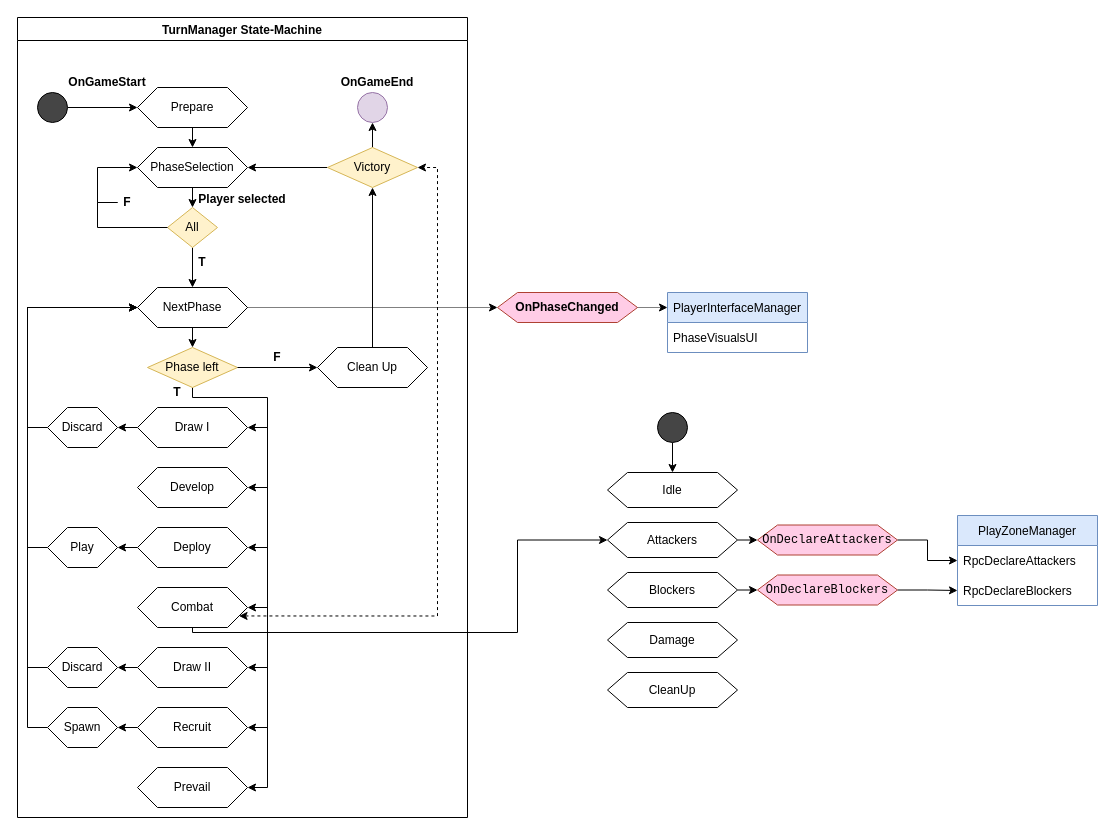
Before: page "TurnManager SM" (2 of 5) of ProgramSchema.drawio in MattW0/Sors, a draw.io diagram. Source tidied: cells renumbered, new cells numbered last; positions are measured from the earlier drawing's top-left corner, leaving out a move shared by most shapes. Both pictures are drawn from the tidied source at 100%, with x=0, y=0 at pixel (17, 17).
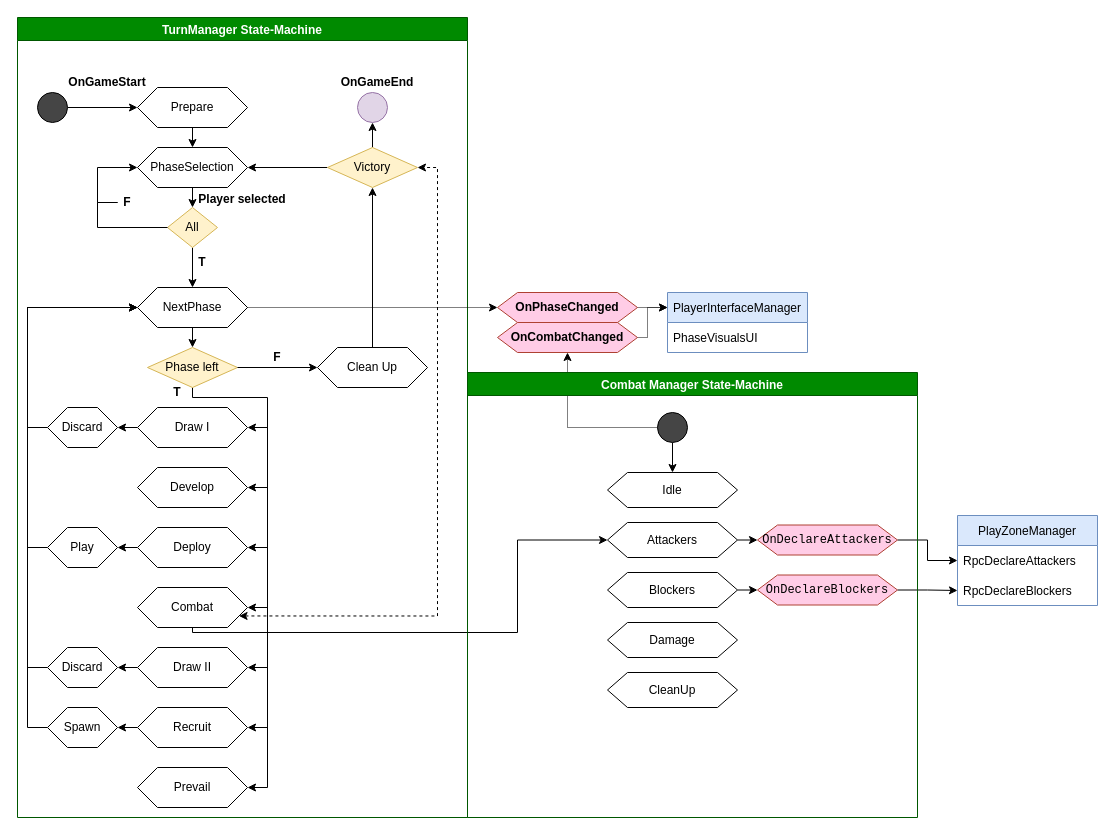
The same diagram, later.

Unchanged cells that the change refers to:
```xml
<mxCell id="60" value="PlayerInterfaceManager" style="swimlane;fontStyle=0;horizontal=1;startSize=30;fillColor=#dae8fc;strokeColor=#6c8ebf;" parent="1" vertex="1">
  <mxGeometry x="650" y="275" width="140" height="60" as="geometry" />
</mxCell>
<mxCell id="70" style="ellipse;whiteSpace=wrap;html=1;fillColor=#454545;" parent="1" vertex="1">
  <mxGeometry x="640" y="395" width="30" height="30" as="geometry" />
</mxCell>
```

Diff of the diagram source:
```diff
@@
-    <mxCell id="2" value="TurnManager State-Machine" style="swimlane;" parent="1" vertex="1">
+    <mxCell id="2" value="TurnManager State-Machine" style="swimlane;fillColor=#008a00;fontColor=#ffffff;strokeColor=#005700;" parent="1" vertex="1">
       <mxGeometry width="450" height="800" as="geometry" />
     </mxCell>
@@
+    <mxCell id="79" style="edgeStyle=orthogonalEdgeStyle;rounded=0;jettySize=auto;html=1;exitX=0;exitY=0.5;exitDx=0;exitDy=0;entryX=0.5;entryY=1;entryDx=0;entryDy=0;dashed=1;dashPattern=1 1;" parent="1" edge="1" source="70" target="82">
+      <mxGeometry relative="1" as="geometry" />
+    </mxCell>
@@
+    <mxCell id="80" value="Combat Manager State-Machine" style="swimlane;fillColor=#008a00;fontColor=#ffffff;strokeColor=#005700;" parent="1" vertex="1">
+      <mxGeometry x="450" y="355" width="450" height="445" as="geometry" />
+    </mxCell>
+    <mxCell id="81" style="edgeStyle=orthogonalEdgeStyle;rounded=0;jettySize=auto;html=1;exitX=1;exitY=0.5;exitDx=0;exitDy=0;entryX=0;entryY=0.25;entryDx=0;entryDy=0;dashed=1;dashPattern=1 1;" parent="1" edge="1" source="82" target="60">
+      <mxGeometry relative="1" as="geometry">
+        <Array as="points">
+          <mxPoint x="630" y="320" />
+          <mxPoint x="630" y="290" />
+        </Array>
+      </mxGeometry>
+    </mxCell>
+    <mxCell id="82" value="&lt;b&gt;OnCombatChanged&lt;/b&gt;" style="shape=hexagon;perimeter=hexagonPerimeter2;whiteSpace=wrap;html=1;fixedSize=1;fillColor=#FFCCE6;strokeColor=#ae4132;" parent="1" vertex="1">
+      <mxGeometry x="480" y="305" width="140" height="30" as="geometry" />
+    </mxCell>
```
